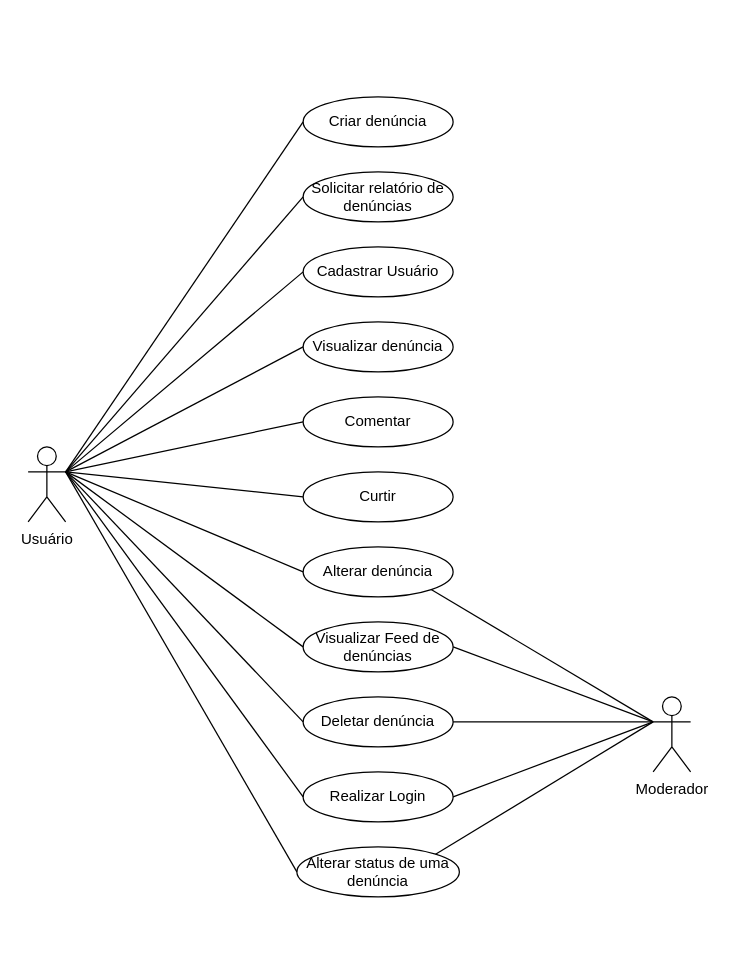
Before: Documentação/Diagramas/Diagrama de Caso de Uso.drawio in frsouzaa/Documentacao-TCC-NossaVia, a draw.io diagram. Source tidied: cells renumbered, new cells numbered last; positions are measured from the earlier drawing's top-left corner, leaving out a move shared by most shapes. Both pictures are drawn from the tidied source at 125%, with x=0, y=0 at pixel (28, 96).
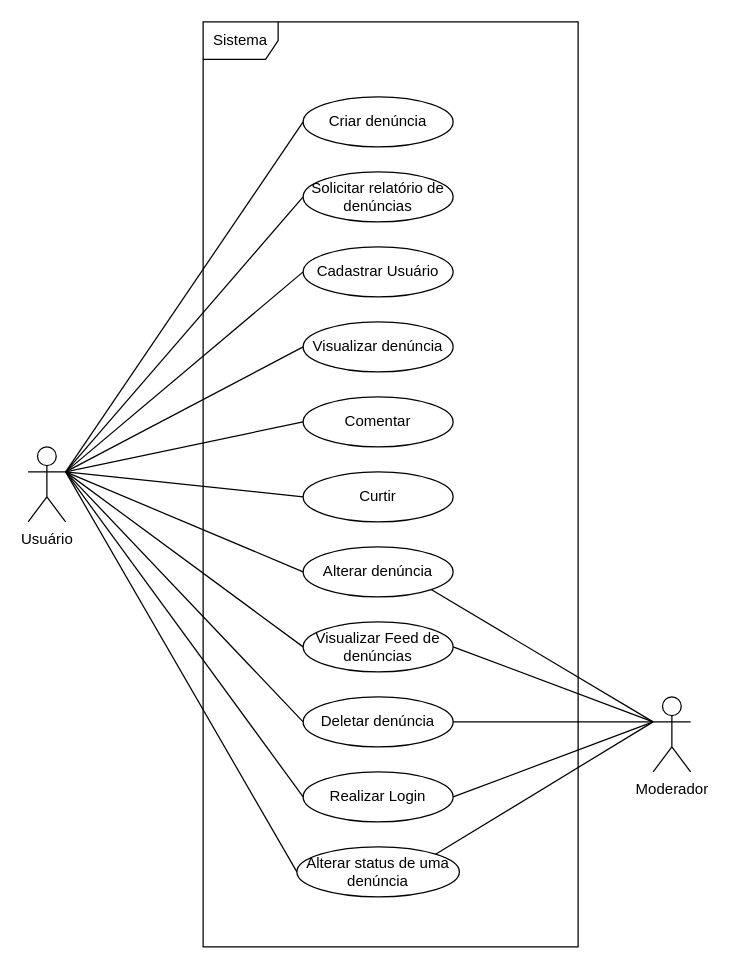
After the change.

Commit message:
Adicionando o encapsulamento Diagrama de Caso de Uso.drawio

Change to the diagram source:
```diff
@@
+    <mxCell id="32" value="Sistema" style="shape=umlFrame;whiteSpace=wrap;html=1;" parent="1" vertex="1">
+      <mxGeometry x="140" y="-60" width="300" height="740" as="geometry" />
+    </mxCell>
```
